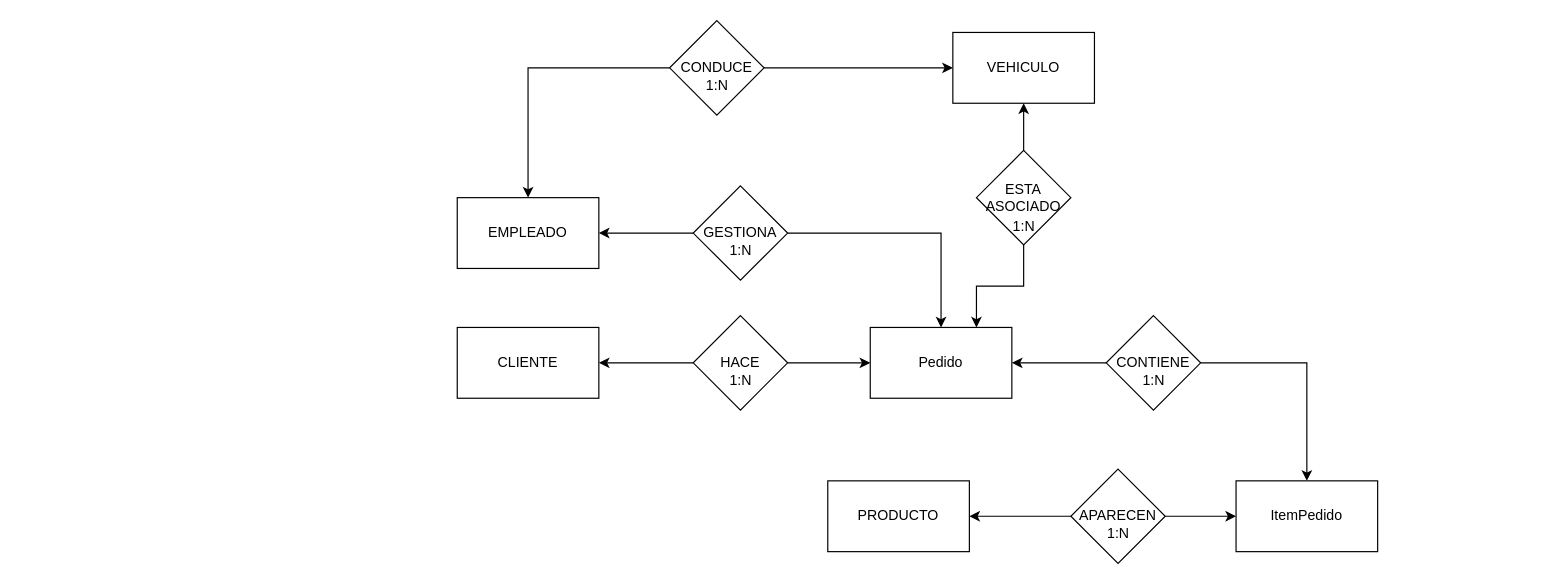
The draw.io diagram BaseDatos.drawio in BocamoCM/cannagrowDAM, before the edit. Source tidied: cells renumbered, new cells numbered last; positions are measured from the earlier drawing's top-left corner, leaving out a move shared by most shapes. Both pictures are drawn from the tidied source at 118%, with x=0, y=0 at pixel (457, 20).
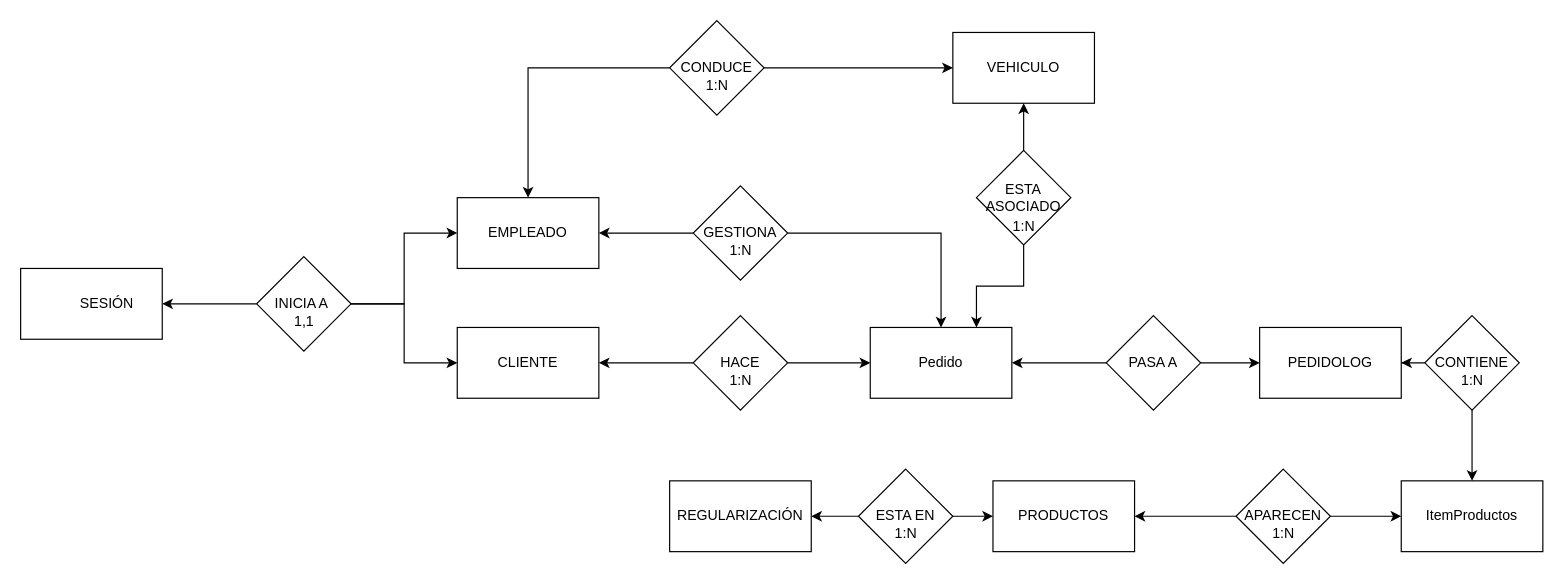
The same diagram, later.

Unchanged cells that the change refers to:
```xml
<mxCell id="2" value="CLIENTE" style="rounded=0;whiteSpace=wrap;html=1;" parent="1" vertex="1">
  <mxGeometry y="260" width="120" height="60" as="geometry" />
</mxCell>
<mxCell id="6" value="Pedido" style="rounded=0;whiteSpace=wrap;html=1;" parent="1" vertex="1">
  <mxGeometry x="350" y="260" width="120" height="60" as="geometry" />
</mxCell>
<mxCell id="8" value="EMPLEADO" style="rounded=0;whiteSpace=wrap;html=1;" parent="1" vertex="1">
  <mxGeometry y="150" width="120" height="60" as="geometry" />
</mxCell>
```

Change to the diagram source:
```diff
@@
-    <mxCell id="13" style="edgeStyle=orthogonalEdgeStyle;rounded=0;jettySize=auto;html=1;entryX=1;entryY=0.5;entryDx=0;entryDy=0;" parent="1" edge="1" source="15" target="6">
-      <mxGeometry relative="1" as="geometry" />
-    </mxCell>
-    <mxCell id="14" style="edgeStyle=orthogonalEdgeStyle;rounded=0;jettySize=auto;html=1;entryX=0.5;entryY=0;entryDx=0;entryDy=0;" parent="1" edge="1" source="15" target="16">
-      <mxGeometry relative="1" as="geometry" />
-    </mxCell>
+    <mxCell id="32" style="edgeStyle=orthogonalEdgeStyle;rounded=0;jettySize=auto;html=1;entryX=1;entryY=0.5;entryDx=0;entryDy=0;" parent="1" edge="1" source="15" target="51">
+      <mxGeometry relative="1" as="geometry" />
+    </mxCell>
+    <mxCell id="33" style="edgeStyle=orthogonalEdgeStyle;rounded=0;jettySize=auto;html=1;entryX=0.5;entryY=0;entryDx=0;entryDy=0;" parent="1" edge="1" source="15" target="36">
+      <mxGeometry relative="1" as="geometry" />
+    </mxCell>
     <mxCell id="15" value="CONTIENE" style="rhombus;whiteSpace=wrap;html=1;" parent="1" vertex="1">
-      <mxGeometry x="550" y="250" width="80" height="80" as="geometry" />
+      <mxGeometry x="820" y="250" width="80" height="80" as="geometry" />
     </mxCell>
-    <mxCell id="16" value="ItemPedido" style="rounded=0;whiteSpace=wrap;html=1;" parent="1" vertex="1">
-      <mxGeometry x="660" y="390" width="120" height="60" as="geometry" />
-    </mxCell>
     <mxCell id="17" value="1:N" style="text;html=1;align=center;verticalAlign=middle;strokeColor=none;fillColor=none;" parent="1" vertex="1">
-      <mxGeometry x="570" y="290" width="40" height="30" as="geometry" />
+      <mxGeometry x="840" y="290" width="40" height="30" as="geometry" />
     </mxCell>
-    <mxCell id="18" style="edgeStyle=orthogonalEdgeStyle;rounded=0;jettySize=auto;html=1;" parent="1" edge="1" source="20" target="16">
+    <mxCell id="18" style="edgeStyle=orthogonalEdgeStyle;rounded=0;jettySize=auto;html=1;entryX=0;entryY=0.5;entryDx=0;entryDy=0;" parent="1" edge="1" source="20" target="36">
       <mxGeometry relative="1" as="geometry" />
     </mxCell>
-    <mxCell id="19" style="edgeStyle=orthogonalEdgeStyle;rounded=0;jettySize=auto;html=1;entryX=1;entryY=0.5;entryDx=0;entryDy=0;" parent="1" edge="1" source="20" target="21">
-      <mxGeometry relative="1" as="geometry" />
-    </mxCell>
+    <mxCell id="34" style="edgeStyle=orthogonalEdgeStyle;rounded=0;jettySize=auto;html=1;entryX=1;entryY=0.5;entryDx=0;entryDy=0;" parent="1" edge="1" source="20" target="35">
+      <mxGeometry relative="1" as="geometry" />
+    </mxCell>
     <mxCell id="20" value="APARECEN" style="rhombus;whiteSpace=wrap;html=1;" parent="1" vertex="1">
-      <mxGeometry x="520" y="380" width="80" height="80" as="geometry" />
+      <mxGeometry x="660" y="380" width="80" height="80" as="geometry" />
     </mxCell>
-    <mxCell id="21" value="PRODUCTO" style="rounded=0;whiteSpace=wrap;html=1;" parent="1" vertex="1">
-      <mxGeometry x="314" y="390" width="120" height="60" as="geometry" />
-    </mxCell>
     <mxCell id="22" value="1:N" style="text;html=1;align=center;verticalAlign=middle;strokeColor=none;fillColor=none;" parent="1" vertex="1">
-      <mxGeometry x="540" y="420" width="40" height="30" as="geometry" />
+      <mxGeometry x="680" y="420" width="40" height="30" as="geometry" />
     </mxCell>
@@
+    <mxCell id="35" value="PRODUCTOS" style="rounded=0;whiteSpace=wrap;html=1;" parent="1" vertex="1">
+      <mxGeometry x="454" y="390" width="120" height="60" as="geometry" />
+    </mxCell>
+    <mxCell id="36" value="ItemProductos" style="rounded=0;whiteSpace=wrap;html=1;" parent="1" vertex="1">
+      <mxGeometry x="800" y="390" width="120" height="60" as="geometry" />
+    </mxCell>
+    <mxCell id="37" style="edgeStyle=orthogonalEdgeStyle;rounded=0;jettySize=auto;html=1;entryX=0;entryY=0.5;entryDx=0;entryDy=0;" parent="1" edge="1" source="40" target="2">
+      <mxGeometry relative="1" as="geometry" />
+    </mxCell>
+    <mxCell id="38" style="edgeStyle=orthogonalEdgeStyle;rounded=0;jettySize=auto;html=1;entryX=0;entryY=0.5;entryDx=0;entryDy=0;" parent="1" edge="1" source="40" target="8">
+      <mxGeometry relative="1" as="geometry" />
+    </mxCell>
+    <mxCell id="39" style="edgeStyle=orthogonalEdgeStyle;rounded=0;jettySize=auto;html=1;entryX=1;entryY=0.5;entryDx=0;entryDy=0;" parent="1" edge="1" source="40" target="41">
+      <mxGeometry relative="1" as="geometry" />
+    </mxCell>
+    <mxCell id="40" value="INICIA A&amp;nbsp;" style="rhombus;whiteSpace=wrap;html=1;" parent="1" vertex="1">
+      <mxGeometry x="-170" y="200" width="80" height="80" as="geometry" />
+    </mxCell>
+    <mxCell id="41" value="&lt;span style=&quot;white-space: pre;&quot;&gt;&#9;&lt;/span&gt;SESIÓN" style="rounded=0;whiteSpace=wrap;html=1;" parent="1" vertex="1">
+      <mxGeometry x="-370" y="210" width="120" height="60" as="geometry" />
+    </mxCell>
+    <mxCell id="42" value="1,1" style="text;html=1;align=center;verticalAlign=middle;strokeColor=none;fillColor=none;" parent="1" vertex="1">
+      <mxGeometry x="-150" y="240" width="40" height="30" as="geometry" />
+    </mxCell>
+    <mxCell id="43" value="REGULARIZACIÓN" style="rounded=0;whiteSpace=wrap;html=1;" parent="1" vertex="1">
+      <mxGeometry x="180" y="390" width="120" height="60" as="geometry" />
+    </mxCell>
+    <mxCell id="44" style="edgeStyle=orthogonalEdgeStyle;rounded=0;jettySize=auto;html=1;entryX=1;entryY=0.5;entryDx=0;entryDy=0;" parent="1" edge="1" source="46" target="43">
+      <mxGeometry relative="1" as="geometry" />
+    </mxCell>
+    <mxCell id="45" style="edgeStyle=orthogonalEdgeStyle;rounded=0;jettySize=auto;html=1;entryX=0;entryY=0.5;entryDx=0;entryDy=0;" parent="1" edge="1" source="46" target="35">
+      <mxGeometry relative="1" as="geometry" />
+    </mxCell>
+    <mxCell id="46" value="ESTA EN" style="rhombus;whiteSpace=wrap;html=1;" parent="1" vertex="1">
+      <mxGeometry x="340" y="380" width="80" height="80" as="geometry" />
+    </mxCell>
+    <mxCell id="47" value="1:N" style="text;html=1;align=center;verticalAlign=middle;strokeColor=none;fillColor=none;" parent="1" vertex="1">
+      <mxGeometry x="360" y="420" width="40" height="30" as="geometry" />
+    </mxCell>
+    <mxCell id="48" style="edgeStyle=orthogonalEdgeStyle;rounded=0;jettySize=auto;html=1;entryX=1;entryY=0.5;entryDx=0;entryDy=0;" parent="1" edge="1" source="50" target="6">
+      <mxGeometry relative="1" as="geometry" />
+    </mxCell>
+    <mxCell id="49" style="edgeStyle=orthogonalEdgeStyle;rounded=0;jettySize=auto;html=1;entryX=0;entryY=0.5;entryDx=0;entryDy=0;" parent="1" edge="1" source="50" target="51">
+      <mxGeometry relative="1" as="geometry" />
+    </mxCell>
+    <mxCell id="50" value="PASA A" style="rhombus;whiteSpace=wrap;html=1;" parent="1" vertex="1">
+      <mxGeometry x="550" y="250" width="80" height="80" as="geometry" />
+    </mxCell>
+    <mxCell id="51" value="PEDIDOLOG" style="rounded=0;whiteSpace=wrap;html=1;" parent="1" vertex="1">
+      <mxGeometry x="680" y="260" width="120" height="60" as="geometry" />
+    </mxCell>
```
